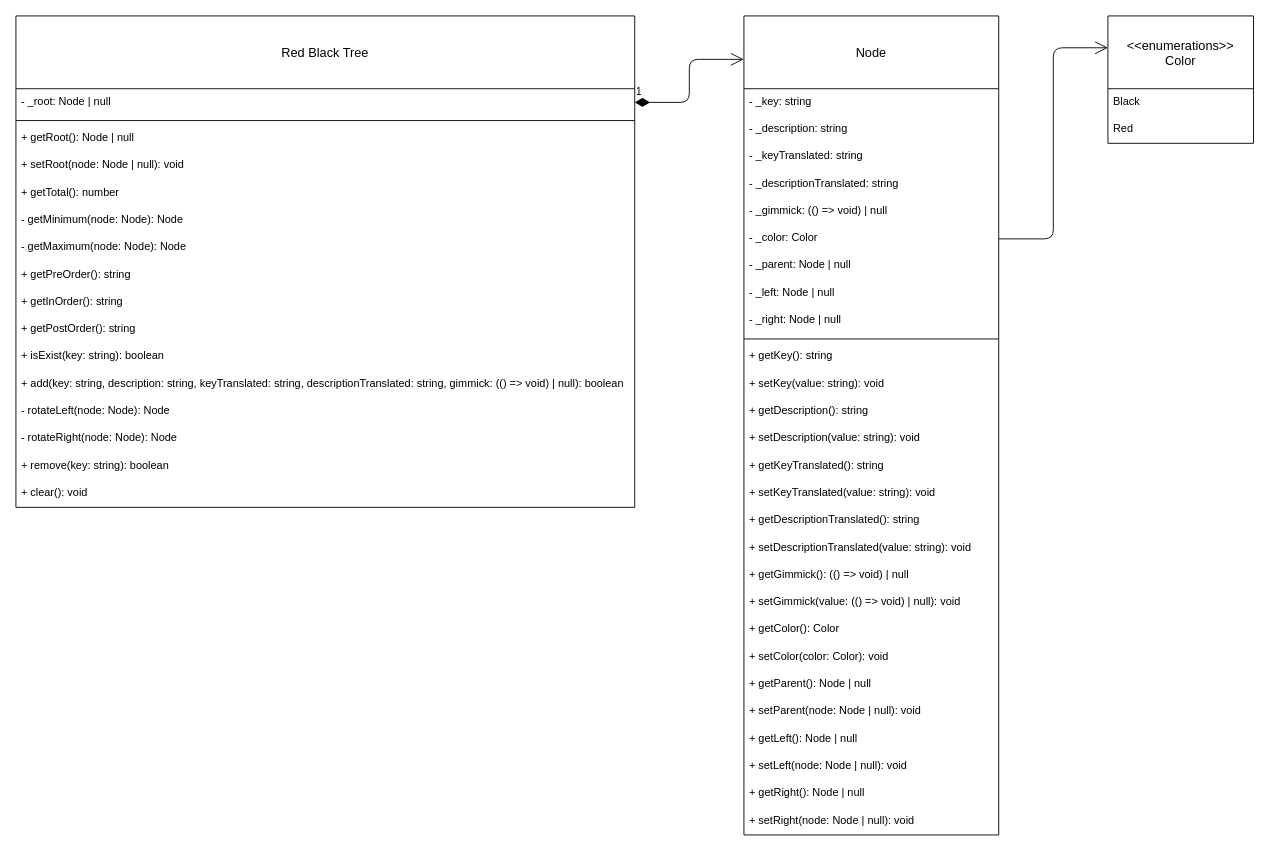
Above: diagram/class-diagram.drawio in Lexionary/Lexionary (draw.io), before the change. Source tidied: cells renumbered, new cells numbered last; positions are measured from the earlier drawing's top-left corner, leaving out a move shared by most shapes. Both pictures are drawn from the tidied source at 91%, with x=0, y=0 at pixel (15, 15).
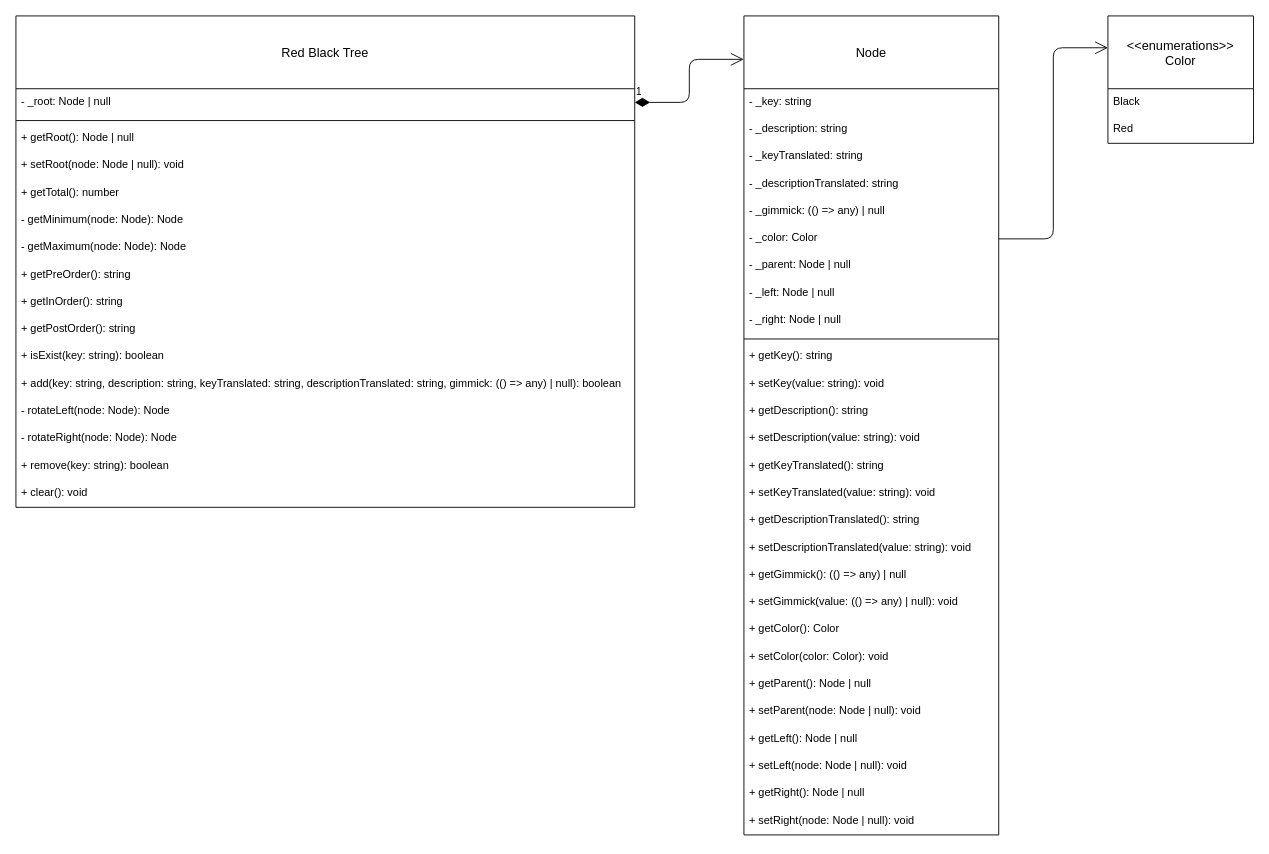
The same diagram, later.

Commit message (it also covers changes not shown here):
feat: adjust class diagram

Unchanged cells that the change refers to:
```xml
<mxCell id="2" value="Node" style="swimlane;fontStyle=0;horizontal=1;startSize=80;align=center;fontSize=14;direction=east;" parent="1" vertex="1">
  <mxGeometry x="800" width="280" height="900" as="geometry" />
</mxCell>
<mxCell id="34" value="Red Black Tree" style="swimlane;fontStyle=0;horizontal=1;startSize=80;align=center;fontSize=14;direction=east;" parent="1" vertex="1">
  <mxGeometry width="680" height="540" as="geometry" />
</mxCell>
```

Change to the diagram source:
```diff
@@
-    <mxCell id="7" value="- _gimmick: (() =&gt; void) | null" style="text;strokeColor=none;fillColor=none;spacingLeft=4;spacingRight=4;overflow=hidden;fontSize=12;" parent="2" vertex="1">
+    <mxCell id="7" value="- _gimmick: (() =&gt; any) | null" style="text;strokeColor=none;fillColor=none;spacingLeft=4;spacingRight=4;overflow=hidden;fontSize=12;" parent="2" vertex="1">
       <mxGeometry y="200" width="280" height="30" as="geometry" />
     </mxCell>
@@
-    <mxCell id="21" value="+ getGimmick(): (() =&gt; void) | null" style="text;strokeColor=none;fillColor=none;spacingLeft=4;spacingRight=4;overflow=hidden;fontSize=12;" parent="2" vertex="1">
+    <mxCell id="21" value="+ getGimmick(): (() =&gt; any) | null" style="text;strokeColor=none;fillColor=none;spacingLeft=4;spacingRight=4;overflow=hidden;fontSize=12;" parent="2" vertex="1">
       <mxGeometry y="600" width="280" height="30" as="geometry" />
     </mxCell>
-    <mxCell id="22" value="+ setGimmick(value: (() =&gt; void) | null): void" style="text;strokeColor=none;fillColor=none;spacingLeft=4;spacingRight=4;overflow=hidden;fontSize=12;" parent="2" vertex="1">
+    <mxCell id="22" value="+ setGimmick(value: (() =&gt; any) | null): void" style="text;strokeColor=none;fillColor=none;spacingLeft=4;spacingRight=4;overflow=hidden;fontSize=12;" parent="2" vertex="1">
       <mxGeometry y="630" width="280" height="30" as="geometry" />
     </mxCell>
@@
-    <mxCell id="46" value="+ add(key: string, description: string, keyTranslated: string, descriptionTranslated: string, gimmick: (() =&gt; void) | null): boolean" style="text;strokeColor=none;fillColor=none;spacingLeft=4;spacingRight=4;overflow=hidden;fontSize=12;" parent="34" vertex="1">
+    <mxCell id="46" value="+ add(key: string, description: string, keyTranslated: string, descriptionTranslated: string, gimmick: (() =&gt; any) | null): boolean" style="text;strokeColor=none;fillColor=none;spacingLeft=4;spacingRight=4;overflow=hidden;fontSize=12;" parent="34" vertex="1">
       <mxGeometry y="390" width="680" height="30" as="geometry" />
     </mxCell>
```
